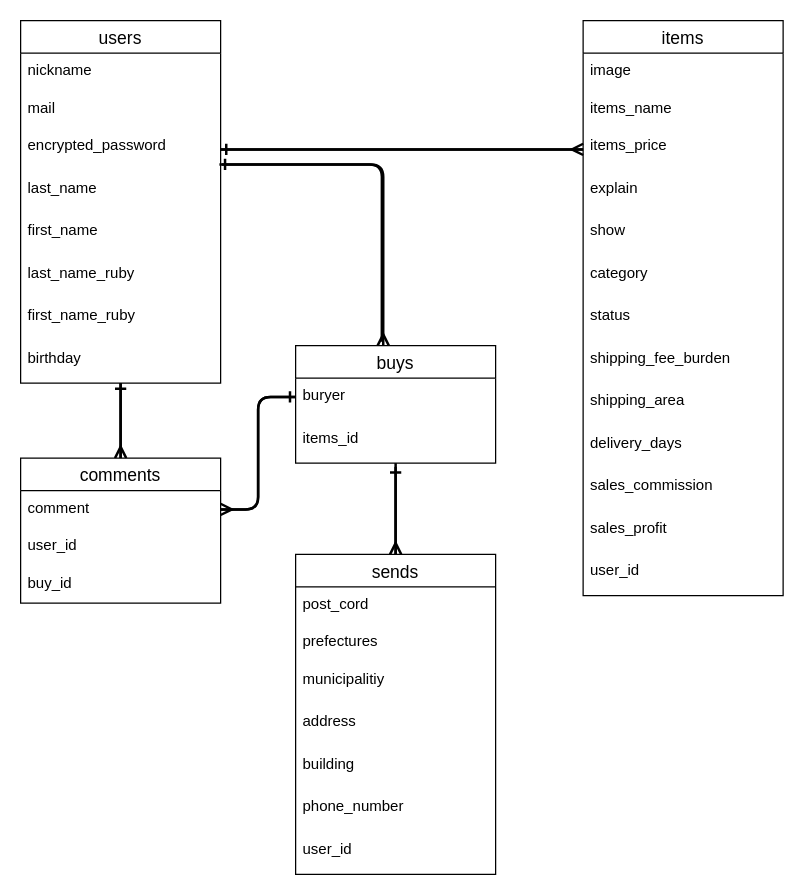
The draw.io diagram ER.dio in haminoshu/furima-37493, before the edit. Source tidied: cells renumbered, new cells numbered last; positions are measured from the earlier drawing's top-left corner, leaving out a move shared by most shapes. Both pictures are drawn from the tidied source at 125%, with x=0, y=0 at pixel (20, 20).
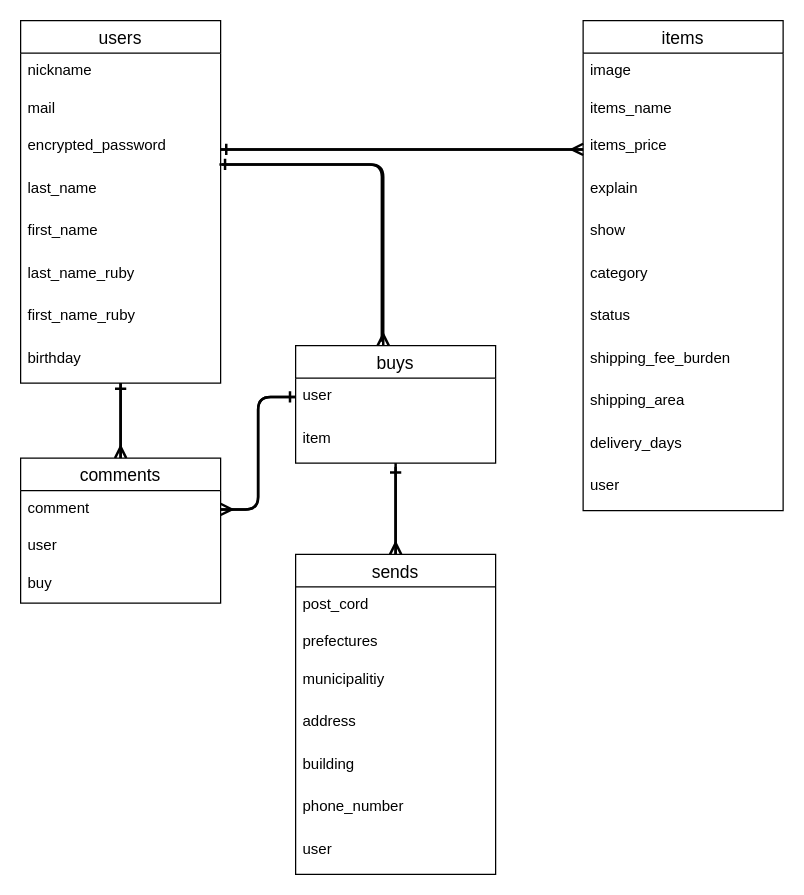
The same page after the edit.

Commit message (it also covers changes not shown here):
データベース設計③

Unchanged cells that the change refers to:
```xml
<mxCell id="29" value="buys" style="swimlane;fontStyle=0;horizontal=1;startSize=26;align=center;fontSize=14;" parent="1" vertex="1">
  <mxGeometry x="220" y="260" width="160" height="94" as="geometry" />
</mxCell>
<mxCell id="33" value="sends" style="swimlane;fontStyle=0;horizontal=1;startSize=26;align=center;fontSize=14;" parent="1" vertex="1">
  <mxGeometry x="220" y="427" width="160" height="256" as="geometry" />
</mxCell>
<mxCell id="43" value="comments" style="swimlane;fontStyle=0;horizontal=1;startSize=26;align=center;fontSize=14;" parent="1" vertex="1">
  <mxGeometry y="350" width="160" height="116" as="geometry" />
</mxCell>
```

Change to the diagram source:
```diff
@@
     <mxCell id="13" value="items" style="swimlane;fontStyle=0;horizontal=1;startSize=26;align=center;fontSize=14;" parent="1" vertex="1">
-      <mxGeometry x="450" width="160" height="460" as="geometry" />
+      <mxGeometry x="450" width="160" height="392" as="geometry" />
     </mxCell>
@@
-    <mxCell id="24" value="sales_commission" style="text;strokeColor=none;fillColor=none;spacingLeft=4;spacingRight=4;overflow=hidden;fontSize=12;" parent="13" vertex="1">
-      <mxGeometry y="358" width="160" height="34" as="geometry" />
-    </mxCell>
-    <mxCell id="25" value="sales_profit" style="text;strokeColor=none;fillColor=none;spacingLeft=4;spacingRight=4;overflow=hidden;fontSize=12;" parent="13" vertex="1">
-      <mxGeometry y="392" width="160" height="34" as="geometry" />
-    </mxCell>
-    <mxCell id="26" value="user_id" style="text;strokeColor=none;fillColor=none;spacingLeft=4;spacingRight=4;overflow=hidden;fontSize=12;" parent="13" vertex="1">
-      <mxGeometry y="426" width="160" height="34" as="geometry" />
+    <mxCell id="26" value="user" style="text;strokeColor=none;fillColor=none;spacingLeft=4;spacingRight=4;overflow=hidden;fontSize=12;" parent="13" vertex="1">
+      <mxGeometry y="358" width="160" height="34" as="geometry" />
     </mxCell>
@@
-    <mxCell id="30" value="buryer" style="text;strokeColor=none;fillColor=none;spacingLeft=4;spacingRight=4;overflow=hidden;fontSize=12;" parent="29" vertex="1">
+    <mxCell id="30" value="user" style="text;strokeColor=none;fillColor=none;spacingLeft=4;spacingRight=4;overflow=hidden;fontSize=12;" parent="29" vertex="1">
       <mxGeometry y="26" width="160" height="34" as="geometry" />
     </mxCell>
-    <mxCell id="31" value="items_id" style="text;strokeColor=none;fillColor=none;spacingLeft=4;spacingRight=4;overflow=hidden;points=[[0,0.5],[1,0.5]];portConstraint=eastwest;fontSize=12;" parent="29" vertex="1">
+    <mxCell id="31" value="item" style="text;strokeColor=none;fillColor=none;spacingLeft=4;spacingRight=4;overflow=hidden;points=[[0,0.5],[1,0.5]];portConstraint=eastwest;fontSize=12;" parent="29" vertex="1">
       <mxGeometry y="60" width="160" height="34" as="geometry" />
     </mxCell>
@@
-    <mxCell id="40" value="user_id" style="text;strokeColor=none;fillColor=none;spacingLeft=4;spacingRight=4;overflow=hidden;fontSize=12;" parent="33" vertex="1">
+    <mxCell id="40" value="user" style="text;strokeColor=none;fillColor=none;spacingLeft=4;spacingRight=4;overflow=hidden;fontSize=12;" parent="33" vertex="1">
       <mxGeometry y="222" width="160" height="34" as="geometry" />
     </mxCell>
@@
-    <mxCell id="45" value="user_id" style="text;strokeColor=none;fillColor=none;spacingLeft=4;spacingRight=4;overflow=hidden;fontSize=12;" parent="43" vertex="1">
+    <mxCell id="45" value="user" style="text;strokeColor=none;fillColor=none;spacingLeft=4;spacingRight=4;overflow=hidden;fontSize=12;" parent="43" vertex="1">
       <mxGeometry y="56" width="160" height="30" as="geometry" />
     </mxCell>
-    <mxCell id="46" value="buy_id" style="text;strokeColor=none;fillColor=none;spacingLeft=4;spacingRight=4;overflow=hidden;fontSize=12;" parent="43" vertex="1">
+    <mxCell id="46" value="buy" style="text;strokeColor=none;fillColor=none;spacingLeft=4;spacingRight=4;overflow=hidden;fontSize=12;" parent="43" vertex="1">
       <mxGeometry y="86" width="160" height="30" as="geometry" />
     </mxCell>
```
